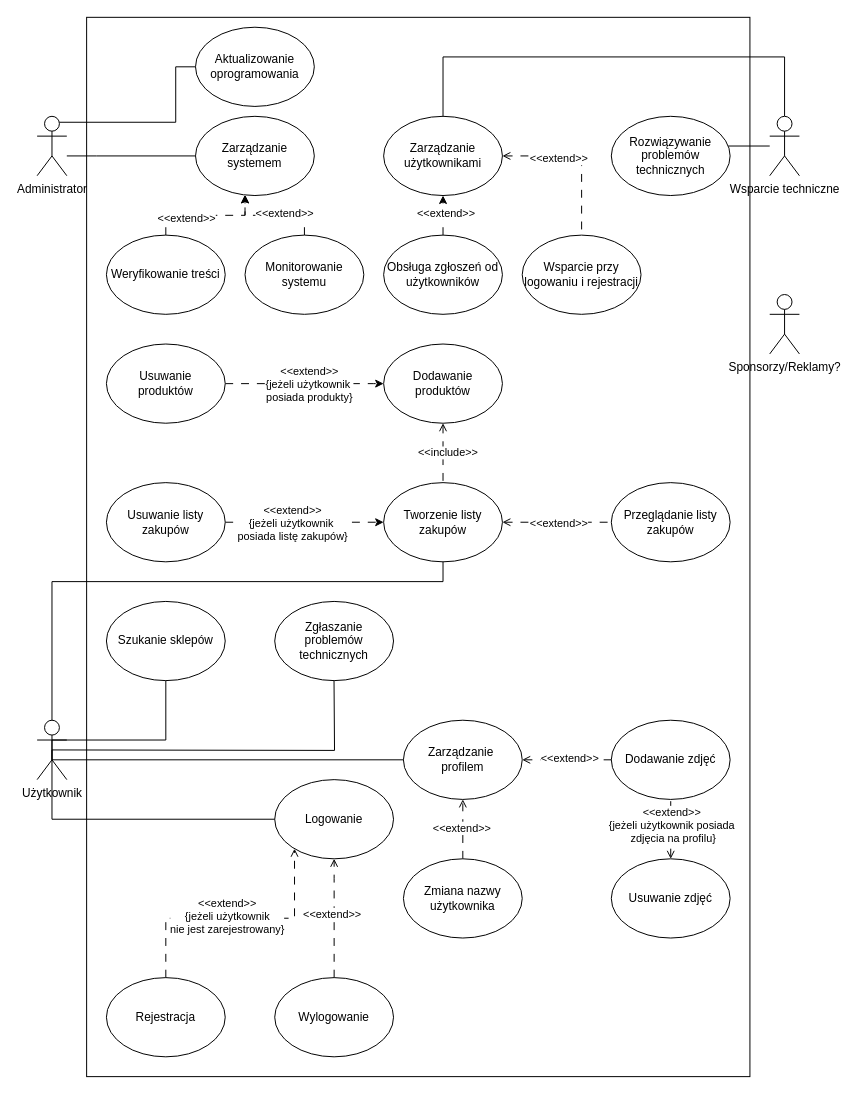
The draw.io diagram Untitled Diagram.drawio in przemekszw/ReactApp, before the edit. Source tidied: cells renumbered, new cells numbered last; positions are measured from the earlier drawing's top-left corner, leaving out a move shared by most shapes. Both pictures are drawn from the tidied source at 99%, with x=0, y=0 at pixel (37, 17).
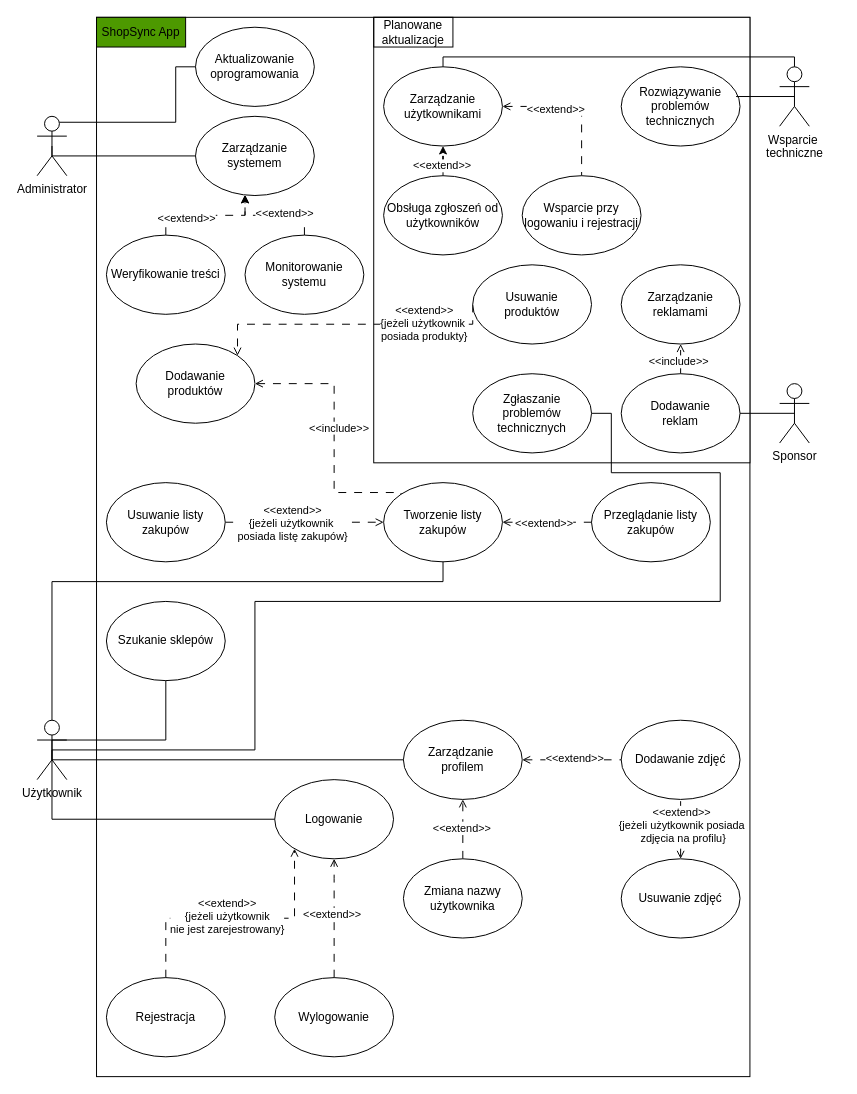
Above is the later version.

The change refers to these unchanged cells:
```xml
<mxCell id="5" value="&lt;div&gt;Administrator&lt;/div&gt;" style="shape=umlActor;verticalLabelPosition=bottom;verticalAlign=top;html=1;outlineConnect=0;" parent="1" vertex="1">
  <mxGeometry y="100" width="30" height="60" as="geometry" />
</mxCell>
<mxCell id="11" value="&lt;div&gt;Użytkownik&lt;/div&gt;" style="shape=umlActor;verticalLabelPosition=bottom;verticalAlign=top;html=1;outlineConnect=0;" parent="1" vertex="1">
  <mxGeometry y="710" width="30" height="60" as="geometry" />
</mxCell>
<mxCell id="16" value="Tworzenie listy zakupów" style="ellipse;whiteSpace=wrap;html=1;" parent="1" vertex="1">
  <mxGeometry x="350" y="470" width="120" height="80" as="geometry" />
</mxCell>
<mxCell id="25" value="Zarządzanie systemem" style="ellipse;whiteSpace=wrap;html=1;" parent="1" vertex="1">
  <mxGeometry x="160" y="100" width="120" height="80" as="geometry" />
</mxCell>
<mxCell id="41" value="Usuwanie listy zakupów" style="ellipse;whiteSpace=wrap;html=1;" parent="1" vertex="1">
  <mxGeometry x="70" y="470" width="120" height="80" as="geometry" />
</mxCell>
```

Diff of the diagram source:
```diff
@@
     <mxCell id="2" style="rounded=0;whiteSpace=wrap;html=1;" parent="1" vertex="1">
-      <mxGeometry x="50" width="670" height="1070" as="geometry" />
+      <mxGeometry x="60" width="660" height="1070" as="geometry" />
     </mxCell>
+    <mxCell id="64" style="rounded=0;whiteSpace=wrap;html=1;" parent="1" vertex="1">
+      <mxGeometry x="340" width="380" height="450" as="geometry" />
+    </mxCell>
-    <mxCell id="3" style="edgeStyle=orthogonalEdgeStyle;rounded=0;jettySize=auto;html=1;startArrow=none;startFill=0;endArrow=none;endFill=0;" parent="1" edge="1" source="5" target="25">
+    <mxCell id="3" style="edgeStyle=orthogonalEdgeStyle;rounded=0;jettySize=auto;html=1;startArrow=none;startFill=0;endArrow=none;endFill=0;exitX=0.5;exitY=0.5;exitDx=0;exitDy=0;exitPerimeter=0;" parent="1" edge="1" source="5" target="25">
       <mxGeometry relative="1" as="geometry">
         <Array as="points">
-          <mxPoint x="60" y="140" />
-          <mxPoint x="60" y="140" />
+          <mxPoint x="15" y="140" />
         </Array>
       </mxGeometry>
     </mxCell>
@@
-    <mxCell id="10" style="edgeStyle=orthogonalEdgeStyle;rounded=0;orthogonalLoop=1;jettySize=auto;html=1;exitX=0.5;exitY=0.5;exitDx=0;exitDy=0;exitPerimeter=0;entryX=0.5;entryY=1;entryDx=0;entryDy=0;endArrow=none;endFill=0;" parent="1" edge="1">
-      <mxGeometry relative="1" as="geometry">
-        <mxPoint x="15" y="740" as="sourcePoint" />
-        <mxPoint x="299.9" y="670" as="targetPoint" />
-      </mxGeometry>
-    </mxCell>
+    <mxCell id="65" style="edgeStyle=orthogonalEdgeStyle;rounded=0;jettySize=auto;html=1;exitX=0.5;exitY=0.5;exitDx=0;exitDy=0;exitPerimeter=0;endArrow=none;endFill=0;entryX=1;entryY=0.5;entryDx=0;entryDy=0;" parent="1" edge="1" source="11" target="38">
+      <mxGeometry relative="1" as="geometry">
+        <Array as="points">
+          <mxPoint x="220" y="740" />
+          <mxPoint x="220" y="590" />
+          <mxPoint x="690" y="590" />
+          <mxPoint x="690" y="460" />
+          <mxPoint x="580" y="460" />
+          <mxPoint x="580" y="400" />
+        </Array>
+      </mxGeometry>
+    </mxCell>
@@
     <mxCell id="13" value="Przeglądanie listy zakupów" style="ellipse;whiteSpace=wrap;html=1;" parent="1" vertex="1">
-      <mxGeometry x="580" y="470" width="120" height="80" as="geometry" />
+      <mxGeometry x="560" y="470" width="120" height="80" as="geometry" />
     </mxCell>
@@
     <mxCell id="17" value="&lt;div&gt;Dodawanie zdjęć&lt;/div&gt;" style="ellipse;whiteSpace=wrap;html=1;" parent="1" vertex="1">
-      <mxGeometry x="580" y="710" width="120" height="80" as="geometry" />
+      <mxGeometry x="590" y="710" width="120" height="80" as="geometry" />
     </mxCell>
@@
     <mxCell id="24" value="Zarządzanie użytkownikami" style="ellipse;whiteSpace=wrap;html=1;" parent="1" vertex="1">
-      <mxGeometry x="350" y="100" width="120" height="80" as="geometry" />
+      <mxGeometry x="350" y="50" width="120" height="80" as="geometry" />
     </mxCell>
@@
-    <mxCell id="29" style="edgeStyle=orthogonalEdgeStyle;rounded=0;jettySize=auto;html=1;endArrow=none;endFill=0;" parent="1" edge="1" source="31" target="36">
-      <mxGeometry relative="1" as="geometry">
-        <Array as="points">
-          <mxPoint x="750" y="140" />
-          <mxPoint x="750" y="140" />
-        </Array>
-      </mxGeometry>
-    </mxCell>
-    <mxCell id="30" style="edgeStyle=orthogonalEdgeStyle;rounded=0;jettySize=auto;html=1;exitX=0.5;exitY=0;exitDx=0;exitDy=0;exitPerimeter=0;entryX=0.5;entryY=0;entryDx=0;entryDy=0;endArrow=none;endFill=0;" parent="1" edge="1" source="31" target="24">
-      <mxGeometry relative="1" as="geometry">
-        <Array as="points">
-          <mxPoint x="755" y="40" />
-          <mxPoint x="410" y="40" />
-        </Array>
-      </mxGeometry>
-    </mxCell>
-    <mxCell id="31" value="&lt;div&gt;Wsparcie techniczne&lt;/div&gt;" style="shape=umlActor;verticalLabelPosition=bottom;verticalAlign=top;html=1;outlineConnect=0;" parent="1" vertex="1">
-      <mxGeometry x="740" y="100" width="30" height="60" as="geometry" />
+    <mxCell id="31" value="&lt;div&gt;Wsparcie&amp;nbsp;&lt;/div&gt;&lt;div&gt;techniczne&lt;/div&gt;" style="shape=umlActor;verticalLabelPosition=bottom;verticalAlign=top;html=1;outlineConnect=0;" parent="1" vertex="1">
+      <mxGeometry x="750" y="50" width="30" height="60" as="geometry" />
     </mxCell>
+    <mxCell id="66" style="edgeStyle=orthogonalEdgeStyle;rounded=0;jettySize=auto;html=1;exitX=0.5;exitY=0.5;exitDx=0;exitDy=0;exitPerimeter=0;endArrow=none;endFill=0;" parent="1" edge="1" source="32" target="71">
+      <mxGeometry relative="1" as="geometry" />
+    </mxCell>
-    <mxCell id="32" value="&lt;div&gt;Sponsorzy/Reklamy?&lt;/div&gt;" style="shape=umlActor;verticalLabelPosition=bottom;verticalAlign=top;html=1;outlineConnect=0;" parent="1" vertex="1">
-      <mxGeometry x="740" y="280" width="30" height="60" as="geometry" />
+    <mxCell id="32" value="Sponsor" style="shape=umlActor;verticalLabelPosition=bottom;verticalAlign=top;html=1;outlineConnect=0;" parent="1" vertex="1">
+      <mxGeometry x="750" y="370" width="30" height="60" as="geometry" />
     </mxCell>
@@
     <mxCell id="35" value="Obsługa zgłoszeń od użytkowników" style="ellipse;whiteSpace=wrap;html=1;" parent="1" vertex="1">
-      <mxGeometry x="350" y="220" width="120" height="80" as="geometry" />
+      <mxGeometry x="350" y="160" width="120" height="80" as="geometry" />
     </mxCell>
     <mxCell id="36" value="Rozwiązywanie problemów technicznych" style="ellipse;whiteSpace=wrap;html=1;" parent="1" vertex="1">
-      <mxGeometry x="580" y="100" width="120" height="80" as="geometry" />
+      <mxGeometry x="590" y="50" width="120" height="80" as="geometry" />
     </mxCell>
     <mxCell id="37" value="Wsparcie przy logowaniu i rejestracji" style="ellipse;whiteSpace=wrap;html=1;" parent="1" vertex="1">
-      <mxGeometry x="490" y="220" width="120" height="80" as="geometry" />
+      <mxGeometry x="490" y="160" width="120" height="80" as="geometry" />
     </mxCell>
     <mxCell id="38" value="Zgłaszanie problemów technicznych" style="ellipse;whiteSpace=wrap;html=1;" parent="1" vertex="1">
-      <mxGeometry x="240" y="590" width="120" height="80" as="geometry" />
+      <mxGeometry x="440" y="360" width="120" height="80" as="geometry" />
     </mxCell>
-    <mxCell id="39" style="edgeStyle=orthogonalEdgeStyle;rounded=0;jettySize=auto;html=1;dashed=1;dashPattern=8 8;" parent="1" edge="1" source="41" target="16">
+    <mxCell id="39" style="edgeStyle=orthogonalEdgeStyle;rounded=0;jettySize=auto;html=1;dashed=1;dashPattern=8 8;endArrow=open;endFill=0;" parent="1" edge="1" source="41" target="16">
       <mxGeometry relative="1" as="geometry" />
     </mxCell>
@@
-    <mxCell id="42" style="edgeStyle=orthogonalEdgeStyle;rounded=0;jettySize=auto;html=1;startArrow=open;startFill=0;endArrow=none;endFill=0;dashed=1;dashPattern=8 8;" parent="1" edge="1" source="44" target="16">
-      <mxGeometry relative="1" as="geometry" />
+    <mxCell id="42" style="edgeStyle=orthogonalEdgeStyle;rounded=0;jettySize=auto;html=1;startArrow=open;startFill=0;endArrow=none;endFill=0;dashed=1;dashPattern=8 8;entryX=0;entryY=0;entryDx=0;entryDy=0;" parent="1" edge="1" source="44" target="16">
+      <mxGeometry relative="1" as="geometry">
+        <Array as="points">
+          <mxPoint x="300" y="370" />
+          <mxPoint x="300" y="480" />
+          <mxPoint x="368" y="480" />
+        </Array>
+      </mxGeometry>
     </mxCell>
@@
     <mxCell id="44" value="Dodawanie produktów" style="ellipse;whiteSpace=wrap;html=1;" parent="1" vertex="1">
-      <mxGeometry x="350" y="330" width="120" height="80" as="geometry" />
+      <mxGeometry x="100" y="330" width="120" height="80" as="geometry" />
     </mxCell>
@@
-    <mxCell id="54" style="edgeStyle=orthogonalEdgeStyle;rounded=0;jettySize=auto;html=1;exitX=1;exitY=0.5;exitDx=0;exitDy=0;entryX=0;entryY=0.5;entryDx=0;entryDy=0;dashed=1;dashPattern=8 8;" parent="1" edge="1" source="56" target="44">
+    <mxCell id="54" style="edgeStyle=orthogonalEdgeStyle;rounded=0;jettySize=auto;html=1;exitX=0;exitY=0.5;exitDx=0;exitDy=0;entryX=1;entryY=0;entryDx=0;entryDy=0;dashed=1;dashPattern=8 8;endArrow=open;endFill=0;" parent="1" edge="1" source="56" target="44">
       <mxGeometry relative="1" as="geometry">
         <Array as="points">
-          <mxPoint x="340" y="370" />
-          <mxPoint x="340" y="370" />
+          <mxPoint x="202" y="310" />
         </Array>
       </mxGeometry>
     </mxCell>
     <mxCell id="55" value="&lt;div&gt;&amp;lt;&amp;lt;extend&amp;gt;&amp;gt;&lt;/div&gt;&lt;div&gt;{jeżeli użytkownik&amp;nbsp;&lt;/div&gt;&lt;div&gt;posiada produkty}&lt;br&gt;&lt;/div&gt;" style="edgeLabel;html=1;align=center;verticalAlign=middle;" parent="54" vertex="1">
       <mxGeometry x="-0.3" y="-1" relative="1" as="geometry">
-        <mxPoint x="28" y="-1" as="offset" />
+        <mxPoint x="31" y="-1" as="offset" />
       </mxGeometry>
     </mxCell>
     <mxCell id="56" value="&lt;div&gt;Usuwanie&lt;/div&gt;&lt;div&gt;produktów&lt;/div&gt;" style="ellipse;whiteSpace=wrap;html=1;" parent="1" vertex="1">
-      <mxGeometry x="70" y="330" width="120" height="80" as="geometry" />
+      <mxGeometry x="440" y="250" width="120" height="80" as="geometry" />
     </mxCell>
@@
     <mxCell id="59" value="Usuwanie zdjęć" style="ellipse;whiteSpace=wrap;html=1;" parent="1" vertex="1">
-      <mxGeometry x="580" y="850" width="120" height="80" as="geometry" />
+      <mxGeometry x="590" y="850" width="120" height="80" as="geometry" />
     </mxCell>
@@
+    <mxCell id="67" value="ShopSync App" style="text;html=1;align=center;verticalAlign=middle;whiteSpace=wrap;rounded=0;fillColor=#4D9900;gradientColor=none;strokeColor=default;" parent="1" vertex="1">
+      <mxGeometry x="60" width="90" height="30" as="geometry" />
+    </mxCell>
+    <mxCell id="29" style="edgeStyle=orthogonalEdgeStyle;rounded=0;jettySize=auto;html=1;exitX=0.5;exitY=0.5;exitDx=0;exitDy=0;exitPerimeter=0;entryX=0.967;entryY=0.375;entryDx=0;entryDy=0;entryPerimeter=0;endArrow=none;endFill=0;" parent="1" edge="1" source="31" target="36">
+      <mxGeometry relative="1" as="geometry" />
+    </mxCell>
+    <mxCell id="68" value="Planowane aktualizacje" style="text;html=1;align=center;verticalAlign=middle;whiteSpace=wrap;rounded=0;strokeColor=default;" parent="1" vertex="1">
+      <mxGeometry x="340" width="80" height="30" as="geometry" />
+    </mxCell>
+    <mxCell id="69" style="edgeStyle=orthogonalEdgeStyle;rounded=0;jettySize=auto;html=1;exitX=0.5;exitY=0;exitDx=0;exitDy=0;entryX=0.5;entryY=1;entryDx=0;entryDy=0;endArrow=open;endFill=0;dashed=1;dashPattern=8 8;" parent="1" edge="1" source="71" target="72">
+      <mxGeometry relative="1" as="geometry" />
+    </mxCell>
+    <mxCell id="70" value="&amp;lt;&amp;lt;include&amp;gt;&amp;gt;" style="edgeLabel;html=1;align=center;verticalAlign=middle;" parent="69" vertex="1">
+      <mxGeometry x="-0.14" y="3" relative="1" as="geometry" />
+    </mxCell>
+    <mxCell id="71" value="&lt;div&gt;Dodawanie &lt;br&gt;&lt;/div&gt;&lt;div&gt;reklam&lt;/div&gt;" style="ellipse;whiteSpace=wrap;html=1;" parent="1" vertex="1">
+      <mxGeometry x="590" y="360" width="120" height="80" as="geometry" />
+    </mxCell>
+    <mxCell id="72" value="&lt;div&gt;Zarządzanie reklamami&lt;/div&gt;" style="ellipse;whiteSpace=wrap;html=1;" parent="1" vertex="1">
+      <mxGeometry x="590" y="250" width="120" height="80" as="geometry" />
+    </mxCell>
+    <mxCell id="30" style="edgeStyle=orthogonalEdgeStyle;rounded=0;jettySize=auto;html=1;exitX=0.5;exitY=0;exitDx=0;exitDy=0;exitPerimeter=0;entryX=0.5;entryY=0;entryDx=0;entryDy=0;endArrow=none;endFill=0;" parent="1" edge="1" source="31" target="24">
+      <mxGeometry relative="1" as="geometry">
+        <Array as="points">
+          <mxPoint x="765" y="40" />
+          <mxPoint x="410" y="40" />
+        </Array>
+      </mxGeometry>
+    </mxCell>
```
